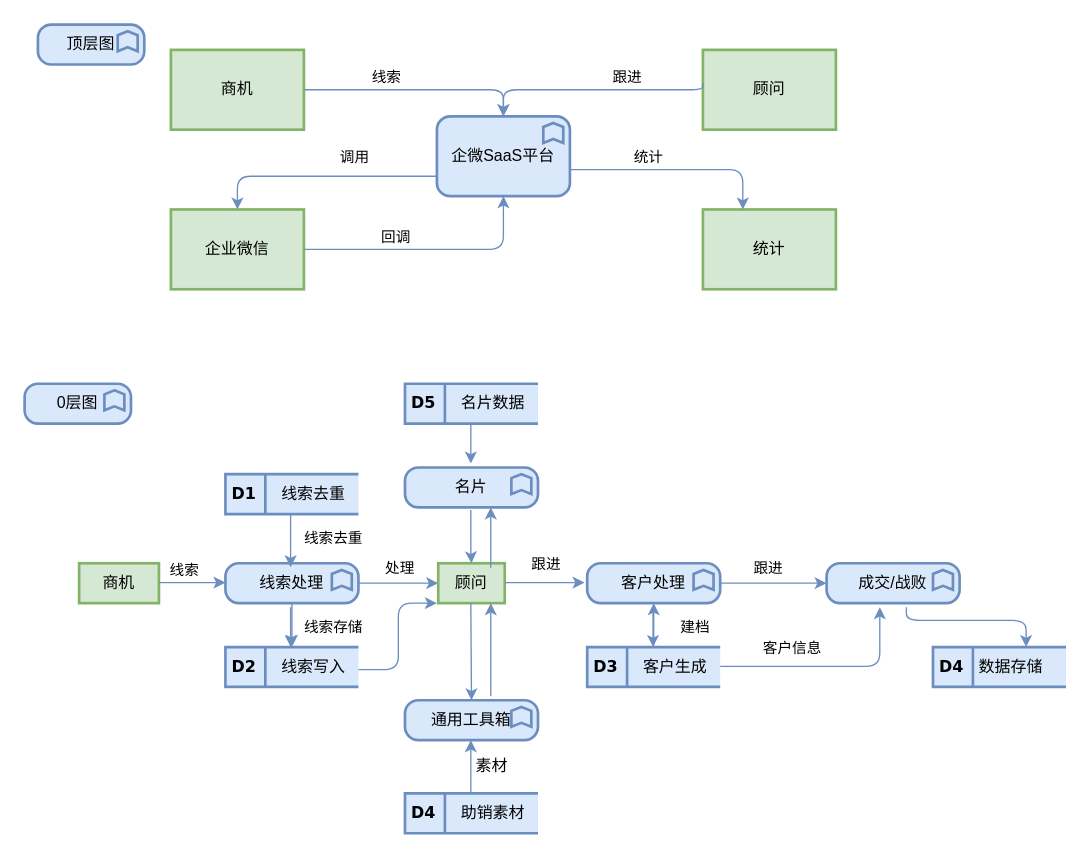
Before: Untitled Diagram.drawio in ulfsar/wiki, a draw.io diagram. Source tidied: cells renumbered, new cells numbered last; positions are measured from the earlier drawing's top-left corner, leaving out a move shared by most shapes. Both pictures are drawn from the tidied source at 133%, with x=0, y=0 at pixel (24, 24).
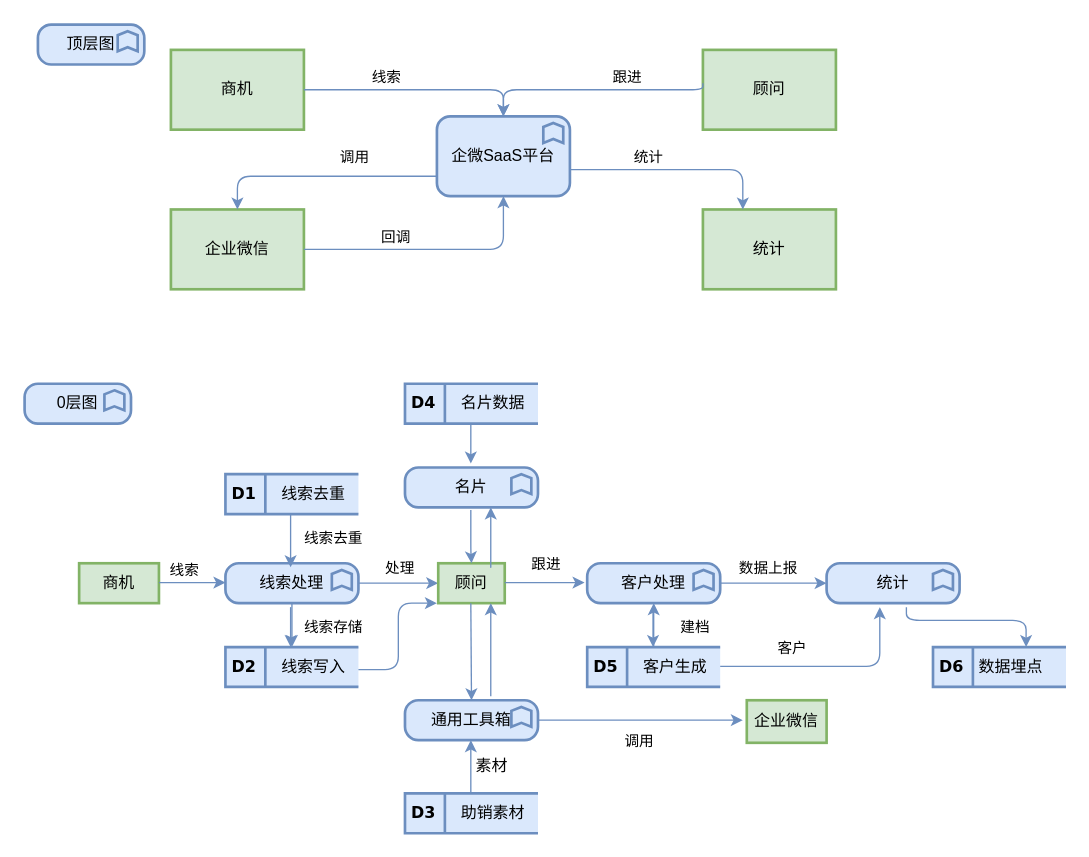
The same page after the edit.

Commit message (it also covers changes not shown here):
企微SaaS数据流图

The change refers to these unchanged cells:
```xml
<mxCell id="31" style="edgeStyle=orthogonalEdgeStyle;rounded=0;jettySize=auto;html=1;strokeColor=#6C8EBF;" parent="1" edge="1" source="33" target="38">
  <mxGeometry relative="1" as="geometry" />
</mxCell>
<mxCell id="39" style="edgeStyle=segmentEdgeStyle;endArrow=classic;html=1;strokeColor=#6C8EBF;" parent="1" edge="1">
  <mxGeometry relative="1" as="geometry">
    <mxPoint x="523" y="482.5" as="sourcePoint" />
    <mxPoint x="643" y="438" as="targetPoint" />
    <Array as="points">
      <mxPoint x="603" y="482.5" />
      <mxPoint x="603" y="482.5" />
    </Array>
  </mxGeometry>
</mxCell>
<mxCell id="46" value="通用工具箱" style="html=1;outlineConnect=0;whiteSpace=wrap;fillColor=#dae8fc;strokeColor=#6c8ebf;shape=mxgraph.archimate3.application;appType=func;archiType=rounded;strokeWidth=2;" parent="1" vertex="1">
  <mxGeometry x="286" y="508" width="100" height="30" as="geometry" />
</mxCell>
```

Change to the diagram source:
```diff
@@
-    <mxCell id="32" value="跟进" style="edgeLabel;html=1;align=center;verticalAlign=middle;" parent="31" vertex="1">
+    <mxCell id="32" value="数据上报" style="edgeLabel;html=1;align=center;verticalAlign=middle;" parent="31" vertex="1">
       <mxGeometry x="-0.12" relative="1" as="geometry">
         <mxPoint y="-12" as="offset" />
       </mxGeometry>
     </mxCell>
@@
-    <mxCell id="35" value="&lt;font size=&quot;1&quot;&gt;&lt;b style=&quot;font-size: 12px&quot;&gt;D3&lt;/b&gt;&lt;/font&gt;&amp;nbsp; &amp;nbsp; &amp;nbsp;客户生成" style="html=1;dashed=0;whitespace=wrap;shape=mxgraph.dfd.dataStoreID;align=left;spacingLeft=3;points=[[0,0],[0.5,0],[1,0],[0,0.5],[1,0.5],[0,1],[0.5,1],[1,1]];strokeWidth=2;fontFamily=Verdana;fillColor=#dae8fc;strokeColor=#6c8ebf;" parent="1" vertex="1">
+    <mxCell id="35" value="&lt;font size=&quot;1&quot;&gt;&lt;b style=&quot;font-size: 12px&quot;&gt;D5&lt;/b&gt;&lt;/font&gt;&amp;nbsp; &amp;nbsp; &amp;nbsp;客户生成" style="html=1;dashed=0;whitespace=wrap;shape=mxgraph.dfd.dataStoreID;align=left;spacingLeft=3;points=[[0,0],[0.5,0],[1,0],[0,0.5],[1,0.5],[0,1],[0.5,1],[1,1]];strokeWidth=2;fontFamily=Verdana;fillColor=#dae8fc;strokeColor=#6c8ebf;" parent="1" vertex="1">
       <mxGeometry x="423" y="468" width="100" height="30" as="geometry" />
     </mxCell>
@@
-    <mxCell id="38" value="成交/战败" style="html=1;outlineConnect=0;whiteSpace=wrap;fillColor=#dae8fc;strokeColor=#6c8ebf;shape=mxgraph.archimate3.application;appType=func;archiType=rounded;strokeWidth=2;" parent="1" vertex="1">
+    <mxCell id="38" value="统计" style="html=1;outlineConnect=0;whiteSpace=wrap;fillColor=#dae8fc;strokeColor=#6c8ebf;shape=mxgraph.archimate3.application;appType=func;archiType=rounded;strokeWidth=2;" parent="1" vertex="1">
       <mxGeometry x="603" y="405" width="100" height="30" as="geometry" />
     </mxCell>
@@
-    <mxCell id="40" value="客户信息" style="edgeLabel;html=1;align=center;verticalAlign=middle;" parent="39" vertex="1">
+    <mxCell id="40" value="客户" style="edgeLabel;html=1;align=center;verticalAlign=middle;" parent="39" vertex="1">
       <mxGeometry x="-0.36" y="1" relative="1" as="geometry">
         <mxPoint y="-13" as="offset" />
       </mxGeometry>
     </mxCell>
-    <mxCell id="41" value="&lt;font size=&quot;1&quot;&gt;&lt;b style=&quot;font-size: 12px&quot;&gt;D4&lt;/b&gt;&lt;/font&gt;&amp;nbsp; &amp;nbsp;数据存储" style="html=1;dashed=0;whitespace=wrap;shape=mxgraph.dfd.dataStoreID;align=left;spacingLeft=3;strokeWidth=2;fontFamily=Verdana;fillColor=#dae8fc;strokeColor=#6c8ebf;" parent="1" vertex="1">
+    <mxCell id="41" value="&lt;font size=&quot;1&quot;&gt;&lt;b style=&quot;font-size: 12px&quot;&gt;D6&lt;/b&gt;&lt;/font&gt;&amp;nbsp; &amp;nbsp;数据埋点" style="html=1;dashed=0;whitespace=wrap;shape=mxgraph.dfd.dataStoreID;align=left;spacingLeft=3;strokeWidth=2;fontFamily=Verdana;fillColor=#dae8fc;strokeColor=#6c8ebf;" parent="1" vertex="1">
       <mxGeometry x="683" y="468" width="100" height="30" as="geometry" />
     </mxCell>
@@
+    <mxCell id="59" style="edgeStyle=orthogonalEdgeStyle;rounded=0;jettySize=auto;html=1;exitX=1;exitY=0.5;exitDx=0;exitDy=0;exitPerimeter=0;strokeColor=#6C8EBF;" parent="1" edge="1" source="46">
+      <mxGeometry relative="1" as="geometry">
+        <mxPoint x="540" y="523" as="targetPoint" />
+      </mxGeometry>
+    </mxCell>
+    <mxCell id="60" value="调用" style="edgeLabel;html=1;align=center;verticalAlign=middle;" parent="59" vertex="1">
+      <mxGeometry x="-0.03" y="-1" relative="1" as="geometry">
+        <mxPoint y="14" as="offset" />
+      </mxGeometry>
+    </mxCell>
@@
-    <mxCell id="49" value="&lt;font size=&quot;1&quot;&gt;&lt;b style=&quot;font-size: 12px&quot;&gt;D4&lt;/b&gt;&lt;/font&gt;&amp;nbsp; &amp;nbsp; &amp;nbsp;助销素材" style="html=1;dashed=0;whitespace=wrap;shape=mxgraph.dfd.dataStoreID;align=left;spacingLeft=3;strokeWidth=2;fontFamily=Verdana;fillColor=#dae8fc;strokeColor=#6c8ebf;" parent="1" vertex="1">
+    <mxCell id="49" value="&lt;font size=&quot;1&quot;&gt;&lt;b style=&quot;font-size: 12px&quot;&gt;D3&lt;/b&gt;&lt;/font&gt;&amp;nbsp; &amp;nbsp; &amp;nbsp;助销素材" style="html=1;dashed=0;whitespace=wrap;shape=mxgraph.dfd.dataStoreID;align=left;spacingLeft=3;strokeWidth=2;fontFamily=Verdana;fillColor=#dae8fc;strokeColor=#6c8ebf;" parent="1" vertex="1">
       <mxGeometry x="286" y="578" width="100" height="30" as="geometry" />
     </mxCell>
@@
-    <mxCell id="53" value="&lt;font size=&quot;1&quot;&gt;&lt;b style=&quot;font-size: 12px&quot;&gt;D5&lt;/b&gt;&lt;/font&gt;&amp;nbsp; &amp;nbsp; &amp;nbsp;名片数据" style="html=1;dashed=0;whitespace=wrap;shape=mxgraph.dfd.dataStoreID;align=left;spacingLeft=3;strokeWidth=2;fontFamily=Verdana;fillColor=#dae8fc;strokeColor=#6c8ebf;" parent="1" vertex="1">
+    <mxCell id="53" value="&lt;font size=&quot;1&quot;&gt;&lt;b style=&quot;font-size: 12px&quot;&gt;D4&lt;/b&gt;&lt;/font&gt;&amp;nbsp; &amp;nbsp; &amp;nbsp;名片数据" style="html=1;dashed=0;whitespace=wrap;shape=mxgraph.dfd.dataStoreID;align=left;spacingLeft=3;strokeWidth=2;fontFamily=Verdana;fillColor=#dae8fc;strokeColor=#6c8ebf;" parent="1" vertex="1">
       <mxGeometry x="286" y="270" width="100" height="30" as="geometry" />
     </mxCell>
@@
+    <mxCell id="61" value="企业微信" style="rounded=0;whiteSpace=wrap;html=1;fontFamily=Verdana;align=center;fillColor=#d5e8d4;strokeColor=#82b366;strokeWidth=2;" parent="1" vertex="1">
+      <mxGeometry x="543" y="508" width="60" height="32" as="geometry" />
+    </mxCell>
```
